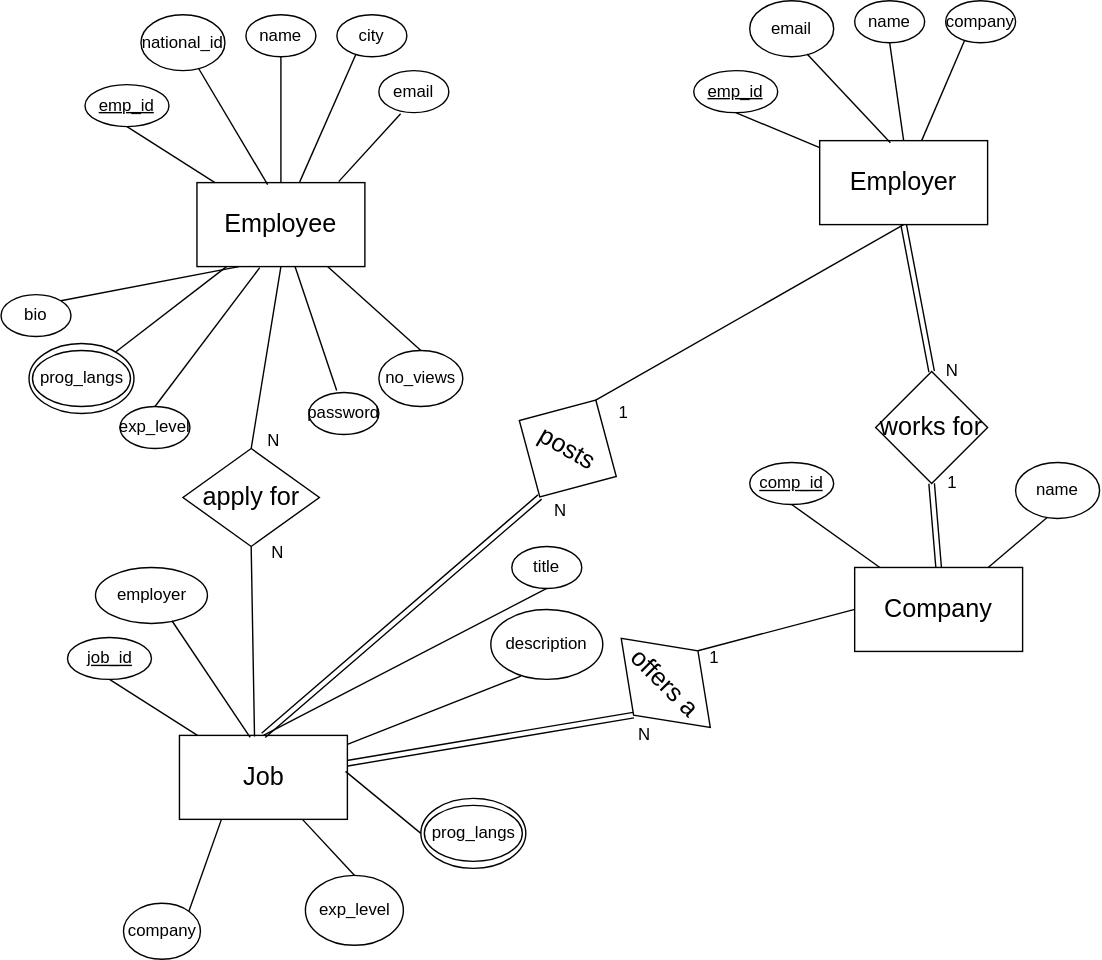
Before: docs/ER-Diagram.svg, a diagram exported from draw.io (SaifLotfi/Employment-Platform). Source tidied: cells renumbered, new cells last; positions are measured from the earlier drawing's top-left corner, leaving out a move shared by most shapes. Its diagram source:
```xml
<mxGraphModel>
  <root>
    <mxCell id="0" />
    <mxCell id="1" parent="0" />
    <mxCell id="2" value="&lt;font style=&quot;font-size: 18px;&quot;&gt;Employee&lt;/font&gt;" style="rounded=0;whiteSpace=wrap;html=1;" parent="1" vertex="1">
      <mxGeometry x="140" y="130" width="120" height="60" as="geometry" />
    </mxCell>
    <mxCell id="3" value="&lt;u&gt;emp_id&lt;/u&gt;" style="ellipse;whiteSpace=wrap;html=1;" parent="1" vertex="1">
      <mxGeometry x="60" y="60" width="60" height="30" as="geometry" />
    </mxCell>
    <mxCell id="4" style="endArrow=none;html=1;rounded=0;exitX=0.5;exitY=1;exitDx=0;exitDy=0;" parent="1" edge="1" source="3" target="2">
      <mxGeometry relative="1" as="geometry" />
    </mxCell>
    <mxCell id="5" value="national_id" style="ellipse;whiteSpace=wrap;html=1;" parent="1" vertex="1">
      <mxGeometry x="100" y="10" width="60" height="40" as="geometry" />
    </mxCell>
    <mxCell id="6" value="city" style="ellipse;whiteSpace=wrap;html=1;" parent="1" vertex="1">
      <mxGeometry x="240" y="10" width="50" height="30" as="geometry" />
    </mxCell>
    <mxCell id="7" value="name" style="ellipse;whiteSpace=wrap;html=1;" parent="1" vertex="1">
      <mxGeometry x="175" y="10" width="50" height="30" as="geometry" />
    </mxCell>
    <mxCell id="8" value="no_views" style="ellipse;whiteSpace=wrap;html=1;" parent="1" vertex="1">
      <mxGeometry x="270" y="250" width="60" height="40" as="geometry" />
    </mxCell>
    <mxCell id="9" value="password" style="ellipse;whiteSpace=wrap;html=1;" parent="1" vertex="1">
      <mxGeometry x="220" y="280" width="50" height="30" as="geometry" />
    </mxCell>
    <mxCell id="10" value="email" style="ellipse;whiteSpace=wrap;html=1;" parent="1" vertex="1">
      <mxGeometry x="270" y="50" width="50" height="30" as="geometry" />
    </mxCell>
    <mxCell id="11" value="exp_level" style="ellipse;whiteSpace=wrap;html=1;" parent="1" vertex="1">
      <mxGeometry x="85" y="290" width="50" height="30" as="geometry" />
    </mxCell>
    <mxCell id="12" value="bio" style="ellipse;whiteSpace=wrap;html=1;" parent="1" vertex="1">
      <mxGeometry y="210" width="50" height="30" as="geometry" />
    </mxCell>
    <mxCell id="13" style="endArrow=none;html=1;rounded=0;entryX=0.683;entryY=0.952;entryDx=0;entryDy=0;entryPerimeter=0;exitX=0.421;exitY=0.024;exitDx=0;exitDy=0;exitPerimeter=0;" parent="1" edge="1" source="2" target="5">
      <mxGeometry relative="1" as="geometry" />
    </mxCell>
    <mxCell id="14" style="endArrow=none;html=1;rounded=0;entryX=0.5;entryY=1;entryDx=0;entryDy=0;exitX=0.5;exitY=0;exitDx=0;exitDy=0;" parent="1" edge="1" source="2" target="7">
      <mxGeometry relative="1" as="geometry" />
    </mxCell>
    <mxCell id="15" style="endArrow=none;html=1;rounded=0;entryX=0.269;entryY=0.952;entryDx=0;entryDy=0;entryPerimeter=0;" parent="1" edge="1" source="2" target="6">
      <mxGeometry relative="1" as="geometry" />
    </mxCell>
    <mxCell id="16" style="endArrow=none;html=1;rounded=0;exitX=0.844;exitY=-0.012;exitDx=0;exitDy=0;exitPerimeter=0;entryX=0.311;entryY=1.024;entryDx=0;entryDy=0;entryPerimeter=0;" parent="1" edge="1" source="2" target="10">
      <mxGeometry relative="1" as="geometry" />
    </mxCell>
    <mxCell id="17" style="endArrow=none;html=1;rounded=0;exitX=1;exitY=0;exitDx=0;exitDy=0;entryX=0.25;entryY=1;entryDx=0;entryDy=0;" parent="1" edge="1" source="12" target="2">
      <mxGeometry relative="1" as="geometry" />
    </mxCell>
    <mxCell id="18" style="endArrow=none;html=1;rounded=0;" parent="1" edge="1" source="45" target="2">
      <mxGeometry relative="1" as="geometry" />
    </mxCell>
    <mxCell id="19" style="endArrow=none;html=1;rounded=0;exitX=0.5;exitY=0;exitDx=0;exitDy=0;entryX=0.374;entryY=1.012;entryDx=0;entryDy=0;entryPerimeter=0;" parent="1" edge="1" source="11" target="2">
      <mxGeometry relative="1" as="geometry" />
    </mxCell>
    <mxCell id="20" style="endArrow=none;html=1;rounded=0;exitX=0.397;exitY=-0.048;exitDx=0;exitDy=0;exitPerimeter=0;" parent="1" edge="1" source="9" target="2">
      <mxGeometry relative="1" as="geometry" />
    </mxCell>
    <mxCell id="21" style="endArrow=none;html=1;rounded=0;exitX=0.5;exitY=0;exitDx=0;exitDy=0;" parent="1" edge="1" source="8" target="2">
      <mxGeometry relative="1" as="geometry" />
    </mxCell>
    <mxCell id="22" value="&lt;font style=&quot;font-size: 18px;&quot;&gt;Employer&lt;/font&gt;" style="rounded=0;whiteSpace=wrap;html=1;" parent="1" vertex="1">
      <mxGeometry x="585" y="100" width="120" height="60" as="geometry" />
    </mxCell>
    <mxCell id="23" value="&lt;u&gt;emp_id&lt;/u&gt;" style="ellipse;whiteSpace=wrap;html=1;" parent="1" vertex="1">
      <mxGeometry x="495" y="50" width="60" height="30" as="geometry" />
    </mxCell>
    <mxCell id="24" style="endArrow=none;html=1;rounded=0;exitX=0.5;exitY=1;exitDx=0;exitDy=0;" parent="1" edge="1" source="23" target="22">
      <mxGeometry relative="1" as="geometry" />
    </mxCell>
    <mxCell id="25" value="email" style="ellipse;whiteSpace=wrap;html=1;" parent="1" vertex="1">
      <mxGeometry x="535" width="60" height="40" as="geometry" />
    </mxCell>
    <mxCell id="26" value="company" style="ellipse;whiteSpace=wrap;html=1;" parent="1" vertex="1">
      <mxGeometry x="675" width="50" height="30" as="geometry" />
    </mxCell>
    <mxCell id="27" value="name" style="ellipse;whiteSpace=wrap;html=1;" parent="1" vertex="1">
      <mxGeometry x="610" width="50" height="30" as="geometry" />
    </mxCell>
    <mxCell id="28" style="endArrow=none;html=1;rounded=0;entryX=0.683;entryY=0.952;entryDx=0;entryDy=0;entryPerimeter=0;exitX=0.421;exitY=0.024;exitDx=0;exitDy=0;exitPerimeter=0;" parent="1" edge="1" source="22" target="25">
      <mxGeometry relative="1" as="geometry" />
    </mxCell>
    <mxCell id="29" style="endArrow=none;html=1;rounded=0;entryX=0.5;entryY=1;entryDx=0;entryDy=0;exitX=0.5;exitY=0;exitDx=0;exitDy=0;" parent="1" edge="1" source="22" target="27">
      <mxGeometry relative="1" as="geometry" />
    </mxCell>
    <mxCell id="30" style="endArrow=none;html=1;rounded=0;entryX=0.269;entryY=0.952;entryDx=0;entryDy=0;entryPerimeter=0;" parent="1" edge="1" source="22" target="26">
      <mxGeometry relative="1" as="geometry" />
    </mxCell>
    <mxCell id="31" value="&lt;font style=&quot;font-size: 18px;&quot;&gt;Job&lt;/font&gt;" style="rounded=0;whiteSpace=wrap;html=1;" parent="1" vertex="1">
      <mxGeometry x="127.5" y="525" width="120" height="60" as="geometry" />
    </mxCell>
    <mxCell id="32" value="&lt;u&gt;job_id&lt;/u&gt;" style="ellipse;whiteSpace=wrap;html=1;" parent="1" vertex="1">
      <mxGeometry x="47.5" y="455" width="60" height="30" as="geometry" />
    </mxCell>
    <mxCell id="33" style="endArrow=none;html=1;rounded=0;exitX=0.5;exitY=1;exitDx=0;exitDy=0;" parent="1" edge="1" source="32" target="31">
      <mxGeometry relative="1" as="geometry" />
    </mxCell>
    <mxCell id="34" value="employer" style="ellipse;whiteSpace=wrap;html=1;" parent="1" vertex="1">
      <mxGeometry x="67.5" y="405" width="80" height="40" as="geometry" />
    </mxCell>
    <mxCell id="35" value="description" style="ellipse;whiteSpace=wrap;html=1;" parent="1" vertex="1">
      <mxGeometry x="350" y="435" width="80" height="50" as="geometry" />
    </mxCell>
    <mxCell id="36" value="title" style="ellipse;whiteSpace=wrap;html=1;" parent="1" vertex="1">
      <mxGeometry x="365" y="390" width="50" height="30" as="geometry" />
    </mxCell>
    <mxCell id="37" value="exp_level" style="ellipse;whiteSpace=wrap;html=1;" parent="1" vertex="1">
      <mxGeometry x="217.5" y="625" width="70" height="50" as="geometry" />
    </mxCell>
    <mxCell id="38" value="company" style="ellipse;whiteSpace=wrap;html=1;" parent="1" vertex="1">
      <mxGeometry x="87.5" y="645" width="55" height="40" as="geometry" />
    </mxCell>
    <mxCell id="39" style="endArrow=none;html=1;rounded=0;entryX=0.683;entryY=0.952;entryDx=0;entryDy=0;entryPerimeter=0;exitX=0.421;exitY=0.024;exitDx=0;exitDy=0;exitPerimeter=0;" parent="1" edge="1" source="31" target="34">
      <mxGeometry relative="1" as="geometry" />
    </mxCell>
    <mxCell id="40" style="endArrow=none;html=1;rounded=0;entryX=0.5;entryY=1;entryDx=0;entryDy=0;exitX=0.5;exitY=0;exitDx=0;exitDy=0;" parent="1" edge="1" source="31" target="36">
      <mxGeometry relative="1" as="geometry" />
    </mxCell>
    <mxCell id="41" style="endArrow=none;html=1;rounded=0;entryX=0.269;entryY=0.952;entryDx=0;entryDy=0;entryPerimeter=0;" parent="1" edge="1" source="31" target="35">
      <mxGeometry relative="1" as="geometry" />
    </mxCell>
    <mxCell id="42" style="endArrow=none;html=1;rounded=0;exitX=1;exitY=0;exitDx=0;exitDy=0;entryX=0.25;entryY=1;entryDx=0;entryDy=0;" parent="1" edge="1" source="38" target="31">
      <mxGeometry relative="1" as="geometry" />
    </mxCell>
    <mxCell id="43" style="endArrow=none;html=1;rounded=0;exitX=0.5;exitY=0;exitDx=0;exitDy=0;" parent="1" edge="1" source="37" target="31">
      <mxGeometry relative="1" as="geometry" />
    </mxCell>
    <mxCell id="44" value="prog_langs" style="ellipse;whiteSpace=wrap;html=1;" parent="1" vertex="1">
      <mxGeometry x="22.5" y="250" width="70" height="40" as="geometry" />
    </mxCell>
    <mxCell id="45" style="ellipse;whiteSpace=wrap;html=1;fillColor=none;" parent="1" vertex="1">
      <mxGeometry x="20" y="245" width="75" height="50" as="geometry" />
    </mxCell>
    <mxCell id="46" value="&lt;font style=&quot;font-size: 18px;&quot;&gt;posts&lt;/font&gt;" style="rhombus;whiteSpace=wrap;html=1;rotation=30;" parent="1" vertex="1">
      <mxGeometry x="365" y="280" width="80" height="80" as="geometry" />
    </mxCell>
    <mxCell id="47" style="endArrow=none;html=1;rounded=0;entryX=0.5;entryY=1;entryDx=0;entryDy=0;exitX=0.5;exitY=0;exitDx=0;exitDy=0;" parent="1" edge="1" source="46" target="22">
      <mxGeometry relative="1" as="geometry" />
    </mxCell>
    <mxCell id="48" value="&lt;span style=&quot;font-size: 18px;&quot;&gt;Company&lt;/span&gt;" style="rounded=0;whiteSpace=wrap;html=1;" parent="1" vertex="1">
      <mxGeometry x="610" y="405" width="120" height="60" as="geometry" />
    </mxCell>
    <mxCell id="49" value="&lt;u&gt;comp_id&lt;/u&gt;" style="ellipse;whiteSpace=wrap;html=1;" parent="1" vertex="1">
      <mxGeometry x="535" y="330" width="60" height="30" as="geometry" />
    </mxCell>
    <mxCell id="50" style="endArrow=none;html=1;rounded=0;exitX=0.5;exitY=1;exitDx=0;exitDy=0;" parent="1" edge="1" source="49" target="48">
      <mxGeometry relative="1" as="geometry" />
    </mxCell>
    <mxCell id="51" value="name" style="ellipse;whiteSpace=wrap;html=1;" parent="1" vertex="1">
      <mxGeometry x="725" y="330" width="60" height="40" as="geometry" />
    </mxCell>
    <mxCell id="52" style="endArrow=none;html=1;rounded=0;entryX=0.376;entryY=0.982;entryDx=0;entryDy=0;entryPerimeter=0;" parent="1" edge="1" source="48" target="51">
      <mxGeometry relative="1" as="geometry" />
    </mxCell>
    <mxCell id="53" value="&lt;font style=&quot;font-size: 18px;&quot;&gt;works for&lt;/font&gt;" style="rhombus;whiteSpace=wrap;html=1;" parent="1" vertex="1">
      <mxGeometry x="625" y="265" width="80" height="80" as="geometry" />
    </mxCell>
    <mxCell id="54" style="endArrow=none;html=1;rounded=0;entryX=0.5;entryY=1;entryDx=0;entryDy=0;exitX=0.5;exitY=0;exitDx=0;exitDy=0;shape=link;" parent="1" edge="1" source="53" target="22">
      <mxGeometry relative="1" as="geometry" />
    </mxCell>
    <mxCell id="55" style="endArrow=none;html=1;rounded=0;exitX=0.5;exitY=0;exitDx=0;exitDy=0;entryX=0.5;entryY=1;entryDx=0;entryDy=0;shape=link;" parent="1" edge="1" source="48" target="53">
      <mxGeometry relative="1" as="geometry" />
    </mxCell>
    <mxCell id="56" style="group;" parent="1" vertex="1">
      <mxGeometry x="300" y="570" width="75" height="50" as="geometry" />
    </mxCell>
    <mxCell id="57" value="prog_langs" style="ellipse;whiteSpace=wrap;html=1;" parent="56" vertex="1">
      <mxGeometry x="2.5" y="5" width="70" height="40" as="geometry" />
    </mxCell>
    <mxCell id="58" style="ellipse;whiteSpace=wrap;html=1;fillColor=none;" parent="56" vertex="1">
      <mxGeometry width="75" height="50" as="geometry" />
    </mxCell>
    <mxCell id="59" style="endArrow=none;html=1;rounded=0;exitX=0.989;exitY=0.429;exitDx=0;exitDy=0;exitPerimeter=0;entryX=0;entryY=0.5;entryDx=0;entryDy=0;" parent="1" edge="1" source="31" target="58">
      <mxGeometry relative="1" as="geometry" />
    </mxCell>
    <mxCell id="60" style="endArrow=none;html=1;rounded=0;entryX=0.5;entryY=1;entryDx=0;entryDy=0;exitX=0.5;exitY=0;exitDx=0;exitDy=0;shape=link;" parent="1" edge="1" source="31" target="46">
      <mxGeometry relative="1" as="geometry" />
    </mxCell>
    <mxCell id="61" value="&lt;span style=&quot;font-size: 18px;&quot;&gt;offers a&lt;/span&gt;" style="rhombus;whiteSpace=wrap;html=1;rotation=45;" parent="1" vertex="1">
      <mxGeometry x="430" y="455" width="90" height="65" as="geometry" />
    </mxCell>
    <mxCell id="62" style="endArrow=none;html=1;rounded=0;entryX=0;entryY=0.5;entryDx=0;entryDy=0;exitX=0.5;exitY=0;exitDx=0;exitDy=0;" parent="1" edge="1" source="61" target="48">
      <mxGeometry relative="1" as="geometry" />
    </mxCell>
    <mxCell id="63" style="endArrow=none;html=1;rounded=0;entryX=0.5;entryY=1;entryDx=0;entryDy=0;shape=link;" parent="1" edge="1" source="31" target="61">
      <mxGeometry relative="1" as="geometry" />
    </mxCell>
    <mxCell id="64" value="&lt;font style=&quot;font-size: 18px;&quot;&gt;apply for&lt;/font&gt;" style="rhombus;whiteSpace=wrap;html=1;" parent="1" vertex="1">
      <mxGeometry x="130" y="320" width="97.5" height="70" as="geometry" />
    </mxCell>
    <mxCell id="65" style="endArrow=none;html=1;rounded=0;entryX=0.5;entryY=1;entryDx=0;entryDy=0;exitX=0.5;exitY=0;exitDx=0;exitDy=0;" parent="1" edge="1" source="64" target="2">
      <mxGeometry relative="1" as="geometry" />
    </mxCell>
    <mxCell id="66" style="endArrow=none;html=1;rounded=0;entryX=0.5;entryY=1;entryDx=0;entryDy=0;exitX=0.447;exitY=0.012;exitDx=0;exitDy=0;exitPerimeter=0;" parent="1" edge="1" source="31" target="64">
      <mxGeometry relative="1" as="geometry" />
    </mxCell>
    <mxCell id="67" value="1" style="text;html=1;align=center;verticalAlign=middle;whiteSpace=wrap;rounded=0;" parent="1" vertex="1">
      <mxGeometry x="650" y="330" width="60" height="30" as="geometry" />
    </mxCell>
    <mxCell id="68" value="N" style="text;html=1;align=center;verticalAlign=middle;whiteSpace=wrap;rounded=0;" parent="1" vertex="1">
      <mxGeometry x="650" y="250" width="60" height="30" as="geometry" />
    </mxCell>
    <mxCell id="69" value="1" style="text;html=1;align=center;verticalAlign=middle;whiteSpace=wrap;rounded=0;" parent="1" vertex="1">
      <mxGeometry x="480" y="455" width="60" height="30" as="geometry" />
    </mxCell>
    <mxCell id="70" value="N" style="text;html=1;align=center;verticalAlign=middle;whiteSpace=wrap;rounded=0;" parent="1" vertex="1">
      <mxGeometry x="430" y="510" width="60" height="30" as="geometry" />
    </mxCell>
    <mxCell id="71" value="1" style="text;html=1;align=center;verticalAlign=middle;whiteSpace=wrap;rounded=0;" parent="1" vertex="1">
      <mxGeometry x="415" y="280" width="60" height="30" as="geometry" />
    </mxCell>
    <mxCell id="72" value="N" style="text;html=1;align=center;verticalAlign=middle;whiteSpace=wrap;rounded=0;" parent="1" vertex="1">
      <mxGeometry x="370" y="350" width="60" height="30" as="geometry" />
    </mxCell>
    <mxCell id="73" value="N" style="text;html=1;align=center;verticalAlign=middle;whiteSpace=wrap;rounded=0;" parent="1" vertex="1">
      <mxGeometry x="167.5" y="380" width="60" height="30" as="geometry" />
    </mxCell>
    <mxCell id="74" value="N" style="text;html=1;align=center;verticalAlign=middle;whiteSpace=wrap;rounded=0;" parent="1" vertex="1">
      <mxGeometry x="165" y="300" width="60" height="30" as="geometry" />
    </mxCell>
  </root>
</mxGraphModel>
```
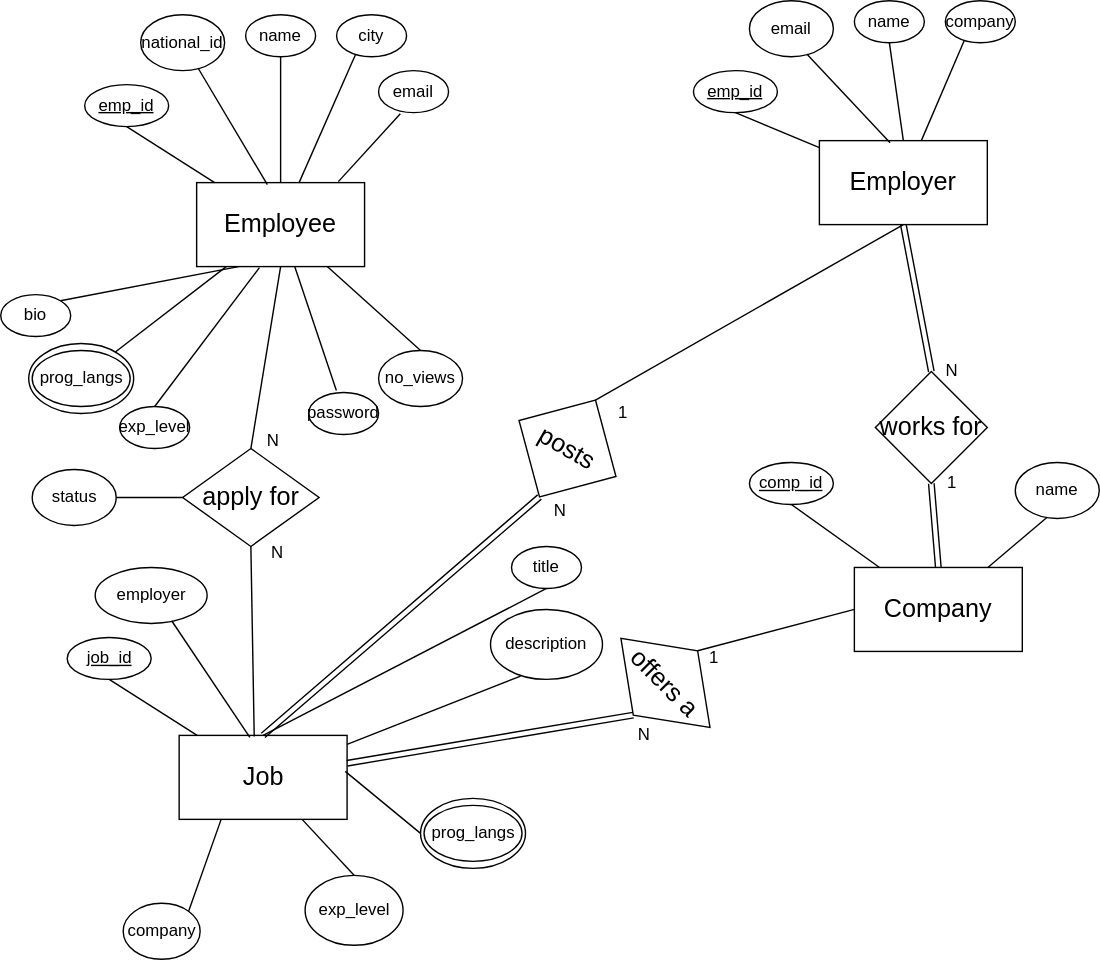
The same file after the commit.

Commit message:
docs(ER-diagram): add apply for status

Change to the diagram source:
```diff
@@ -221,5 +221,11 @@
     <mxCell id="74" value="N" style="text;html=1;align=center;verticalAlign=middle;whiteSpace=wrap;rounded=0;" parent="1" vertex="1">
       <mxGeometry x="165" y="300" width="60" height="30" as="geometry" />
     </mxCell>
+    <mxCell id="75" value="status" style="ellipse;whiteSpace=wrap;html=1;" parent="1" vertex="1">
+      <mxGeometry x="22.5" y="335" width="60" height="40" as="geometry" />
+    </mxCell>
+    <mxCell id="76" style="endArrow=none;html=1;rounded=0;exitX=1;exitY=0.5;exitDx=0;exitDy=0;entryX=0;entryY=0.5;entryDx=0;entryDy=0;" parent="1" edge="1" source="75" target="64">
+      <mxGeometry relative="1" as="geometry" />
+    </mxCell>
   </root>
 </mxGraphModel>
```
